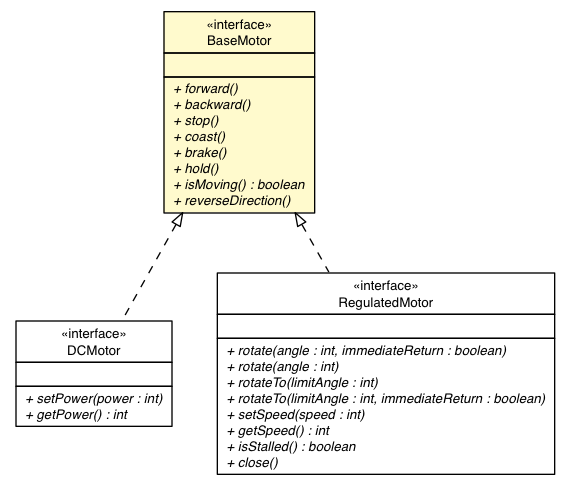
The Graphviz diagram docs/api/lejos/robotics/BaseMotor.png in ev3dev-lang-java/ev3dev-lang-java, before a commit. Its source is kept beside it as docs/api/lejos/robotics/BaseMotor.dot.
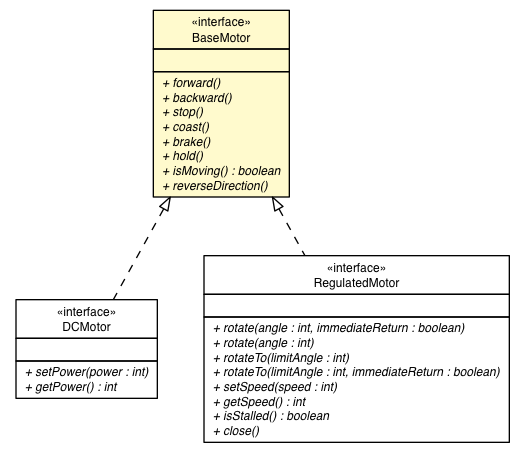
After the change.

The edit, as a diff of the source:
```diff
@@ -4,7 +4,7 @@
 	node [fontname="Helvetica",fontsize=10,shape=plaintext];
 	nodesep=0.25;
 	ranksep=0.5;
-	c1281 [label=<<table title="lejos.robotics.BaseMotor" border="0" cellborder="1" cellspacing="0" cellpadding="2" port="p" bgcolor="lemonChiffon" href="./BaseMotor.html">
+	c1289 [label=<<table title="lejos.robotics.BaseMotor" border="0" cellborder="1" cellspacing="0" cellpadding="2" port="p" bgcolor="lemonChiffon" href="./BaseMotor.html">
 		<tr><td><table border="0" cellspacing="0" cellpadding="1">
 <tr><td align="center" balign="center"> &#171;interface&#187; </td></tr>
 <tr><td align="center" balign="center"> BaseMotor </td></tr>
@@ -13,17 +13,17 @@
 <tr><td align="left" balign="left">  </td></tr>
 		</table></td></tr>
 		<tr><td><table border="0" cellspacing="0" cellpadding="1">
-<tr><td align="left" balign="left"><font face="Helvetica-Oblique" point-size="10.0"> + forward() </font></td></tr>
-<tr><td align="left" balign="left"><font face="Helvetica-Oblique" point-size="10.0"> + backward() </font></td></tr>
-<tr><td align="left" balign="left"><font face="Helvetica-Oblique" point-size="10.0"> + stop() </font></td></tr>
-<tr><td align="left" balign="left"><font face="Helvetica-Oblique" point-size="10.0"> + coast() </font></td></tr>
-<tr><td align="left" balign="left"><font face="Helvetica-Oblique" point-size="10.0"> + brake() </font></td></tr>
-<tr><td align="left" balign="left"><font face="Helvetica-Oblique" point-size="10.0"> + hold() </font></td></tr>
-<tr><td align="left" balign="left"><font face="Helvetica-Oblique" point-size="10.0"> + isMoving() : boolean </font></td></tr>
-<tr><td align="left" balign="left"><font face="Helvetica-Oblique" point-size="10.0"> + reverseDirection() </font></td></tr>
+<tr><td align="left" balign="left"><font face="Helvetica-Oblique" point-size="9.0"> + forward() </font></td></tr>
+<tr><td align="left" balign="left"><font face="Helvetica-Oblique" point-size="9.0"> + backward() </font></td></tr>
+<tr><td align="left" balign="left"><font face="Helvetica-Oblique" point-size="9.0"> + stop() </font></td></tr>
+<tr><td align="left" balign="left"><font face="Helvetica-Oblique" point-size="9.0"> + coast() </font></td></tr>
+<tr><td align="left" balign="left"><font face="Helvetica-Oblique" point-size="9.0"> + brake() </font></td></tr>
+<tr><td align="left" balign="left"><font face="Helvetica-Oblique" point-size="9.0"> + hold() </font></td></tr>
+<tr><td align="left" balign="left"><font face="Helvetica-Oblique" point-size="9.0"> + isMoving() : boolean </font></td></tr>
+<tr><td align="left" balign="left"><font face="Helvetica-Oblique" point-size="9.0"> + reverseDirection() </font></td></tr>
 		</table></td></tr>
-		</table>>, URL="./BaseMotor.html", fontname="Helvetica", fontcolor="black", fontsize=10.0];
-	c1285 [label=<<table title="lejos.robotics.DCMotor" border="0" cellborder="1" cellspacing="0" cellpadding="2" port="p" href="./DCMotor.html">
+		</table>>, URL="./BaseMotor.html", fontname="Helvetica", fontcolor="black", fontsize=9.0];
+	c1293 [label=<<table title="lejos.robotics.DCMotor" border="0" cellborder="1" cellspacing="0" cellpadding="2" port="p" href="./DCMotor.html">
 		<tr><td><table border="0" cellspacing="0" cellpadding="1">
 <tr><td align="center" balign="center"> &#171;interface&#187; </td></tr>
 <tr><td align="center" balign="center"> DCMotor </td></tr>
@@ -32,11 +32,11 @@
 <tr><td align="left" balign="left">  </td></tr>
 		</table></td></tr>
 		<tr><td><table border="0" cellspacing="0" cellpadding="1">
-<tr><td align="left" balign="left"><font face="Helvetica-Oblique" point-size="10.0"> + setPower(power : int) </font></td></tr>
-<tr><td align="left" balign="left"><font face="Helvetica-Oblique" point-size="10.0"> + getPower() : int </font></td></tr>
+<tr><td align="left" balign="left"><font face="Helvetica-Oblique" point-size="9.0"> + setPower(power : int) </font></td></tr>
+<tr><td align="left" balign="left"><font face="Helvetica-Oblique" point-size="9.0"> + getPower() : int </font></td></tr>
 		</table></td></tr>
-		</table>>, URL="./DCMotor.html", fontname="Helvetica", fontcolor="black", fontsize=10.0];
-	c1288 [label=<<table title="lejos.robotics.RegulatedMotor" border="0" cellborder="1" cellspacing="0" cellpadding="2" port="p" href="./RegulatedMotor.html">
+		</table>>, URL="./DCMotor.html", fontname="Helvetica", fontcolor="black", fontsize=9.0];
+	c1296 [label=<<table title="lejos.robotics.RegulatedMotor" border="0" cellborder="1" cellspacing="0" cellpadding="2" port="p" href="./RegulatedMotor.html">
 		<tr><td><table border="0" cellspacing="0" cellpadding="1">
 <tr><td align="center" balign="center"> &#171;interface&#187; </td></tr>
 <tr><td align="center" balign="center"> RegulatedMotor </td></tr>
@@ -45,16 +45,16 @@
 <tr><td align="left" balign="left">  </td></tr>
 		</table></td></tr>
 		<tr><td><table border="0" cellspacing="0" cellpadding="1">
-<tr><td align="left" balign="left"><font face="Helvetica-Oblique" point-size="10.0"> + rotate(angle : int, immediateReturn : boolean) </font></td></tr>
-<tr><td align="left" balign="left"><font face="Helvetica-Oblique" point-size="10.0"> + rotate(angle : int) </font></td></tr>
-<tr><td align="left" balign="left"><font face="Helvetica-Oblique" point-size="10.0"> + rotateTo(limitAngle : int) </font></td></tr>
-<tr><td align="left" balign="left"><font face="Helvetica-Oblique" point-size="10.0"> + rotateTo(limitAngle : int, immediateReturn : boolean) </font></td></tr>
-<tr><td align="left" balign="left"><font face="Helvetica-Oblique" point-size="10.0"> + setSpeed(speed : int) </font></td></tr>
-<tr><td align="left" balign="left"><font face="Helvetica-Oblique" point-size="10.0"> + getSpeed() : int </font></td></tr>
-<tr><td align="left" balign="left"><font face="Helvetica-Oblique" point-size="10.0"> + isStalled() : boolean </font></td></tr>
-<tr><td align="left" balign="left"><font face="Helvetica-Oblique" point-size="10.0"> + close() </font></td></tr>
+<tr><td align="left" balign="left"><font face="Helvetica-Oblique" point-size="9.0"> + rotate(angle : int, immediateReturn : boolean) </font></td></tr>
+<tr><td align="left" balign="left"><font face="Helvetica-Oblique" point-size="9.0"> + rotate(angle : int) </font></td></tr>
+<tr><td align="left" balign="left"><font face="Helvetica-Oblique" point-size="9.0"> + rotateTo(limitAngle : int) </font></td></tr>
+<tr><td align="left" balign="left"><font face="Helvetica-Oblique" point-size="9.0"> + rotateTo(limitAngle : int, immediateReturn : boolean) </font></td></tr>
+<tr><td align="left" balign="left"><font face="Helvetica-Oblique" point-size="9.0"> + setSpeed(speed : int) </font></td></tr>
+<tr><td align="left" balign="left"><font face="Helvetica-Oblique" point-size="9.0"> + getSpeed() : int </font></td></tr>
+<tr><td align="left" balign="left"><font face="Helvetica-Oblique" point-size="9.0"> + isStalled() : boolean </font></td></tr>
+<tr><td align="left" balign="left"><font face="Helvetica-Oblique" point-size="9.0"> + close() </font></td></tr>
 		</table></td></tr>
-		</table>>, URL="./RegulatedMotor.html", fontname="Helvetica", fontcolor="black", fontsize=10.0];
-	c1281:p -> c1285:p [dir=back,arrowtail=empty,style=dashed];
-	c1281:p -> c1288:p [dir=back,arrowtail=empty,style=dashed];
+		</table>>, URL="./RegulatedMotor.html", fontname="Helvetica", fontcolor="black", fontsize=9.0];
+	c1289:p -> c1293:p [dir=back,arrowtail=empty,style=dashed];
+	c1289:p -> c1296:p [dir=back,arrowtail=empty,style=dashed];
 }
```
